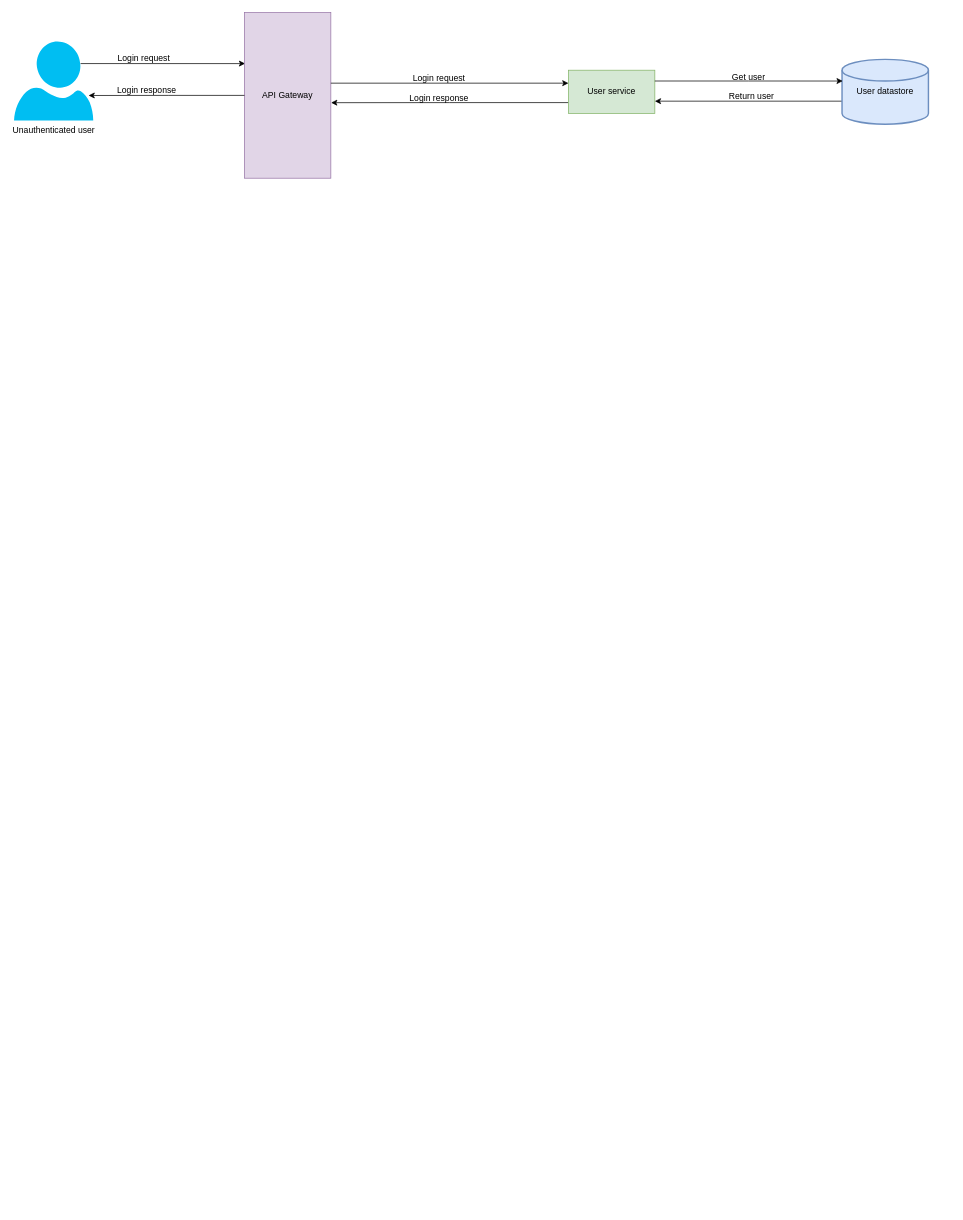
XML-BSEP/Nishtagram keeps this draw.io diagram as CommunicationDiagrams/Registered user.drawio. Above is the earlier version. Source tidied: cells renumbered, new cells numbered last; positions are measured from the earlier drawing's top-left corner, leaving out a move shared by most shapes. Both pictures are drawn from the tidied source at 72%, with x=0, y=0 at pixel (14, 12).
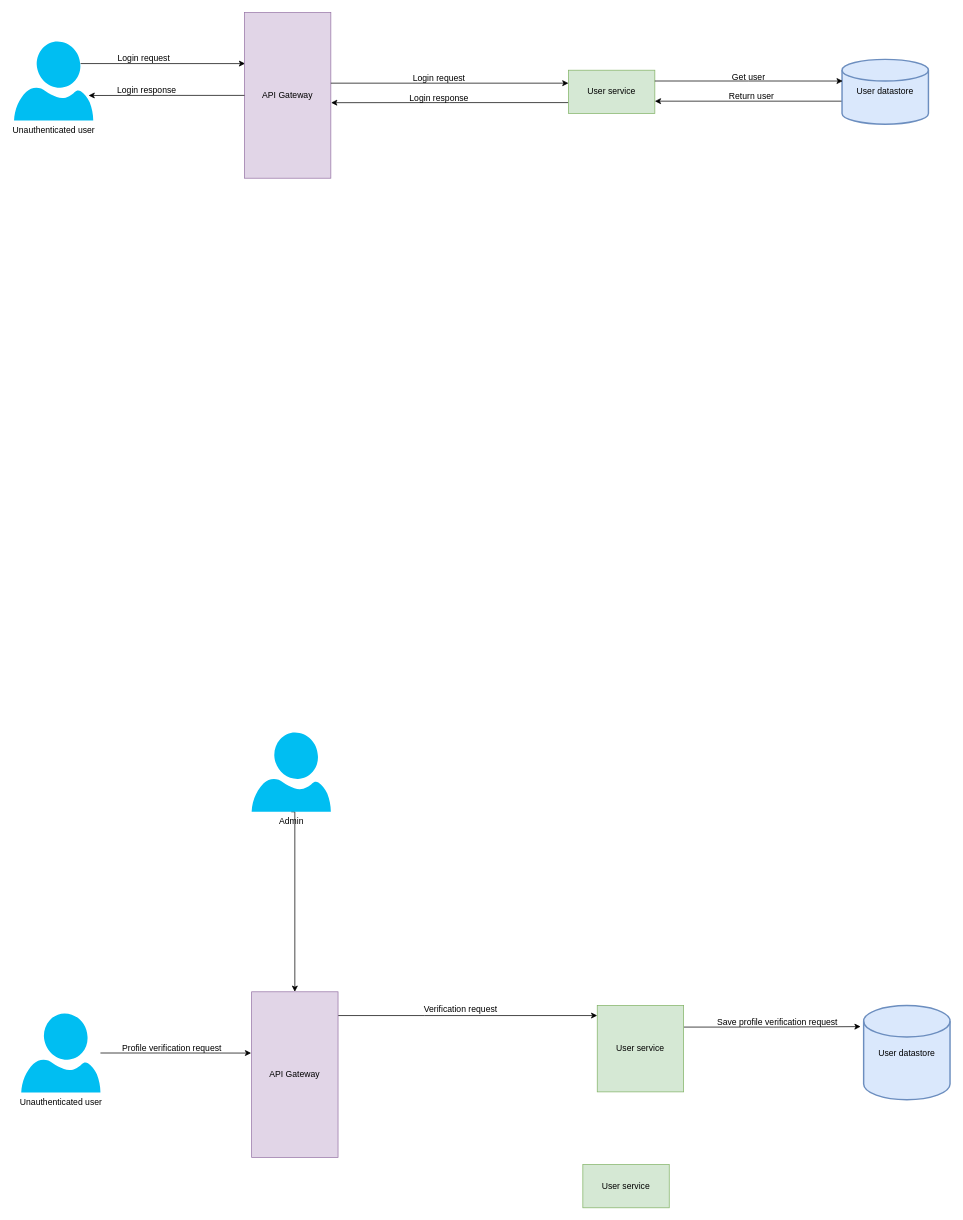
Above is the later version.

Commit message:
:construction: Started implementing communication diagram for profile verification use case

Change to the diagram source:
```diff
@@
+    <mxCell id="21" style="edgeStyle=orthogonalEdgeStyle;rounded=0;jettySize=auto;html=1;entryX=-0.006;entryY=0.37;entryDx=0;entryDy=0;entryPerimeter=0;" parent="1" edge="1" source="22" target="24">
+      <mxGeometry relative="1" as="geometry" />
+    </mxCell>
+    <mxCell id="22" value="Unauthenticated user" style="verticalLabelPosition=bottom;html=1;verticalAlign=top;align=center;strokeColor=none;fillColor=#00BEF2;shape=mxgraph.azure.user;" parent="1" vertex="1">
+      <mxGeometry x="10" y="1390" width="110" height="110" as="geometry" />
+    </mxCell>
+    <mxCell id="23" style="edgeStyle=orthogonalEdgeStyle;rounded=0;orthogonalLoop=1;jettySize=auto;html=1;entryX=0;entryY=0.75;entryDx=0;entryDy=0;" parent="1" edge="1">
+      <mxGeometry relative="1" as="geometry">
+        <mxPoint x="450" y="1393" as="sourcePoint" />
+        <mxPoint x="810" y="1393" as="targetPoint" />
+        <Array as="points">
+          <mxPoint x="570" y="1393" />
+          <mxPoint x="570" y="1393" />
+        </Array>
+      </mxGeometry>
+    </mxCell>
+    <mxCell id="24" value="API Gateway" style="rounded=0;whiteSpace=wrap;html=1;rotation=0;fillColor=#e1d5e7;strokeColor=#9673a6;" parent="1" vertex="1">
+      <mxGeometry x="330" y="1360" width="120" height="230" as="geometry" />
+    </mxCell>
+    <mxCell id="25" style="edgeStyle=orthogonalEdgeStyle;rounded=0;jettySize=auto;html=1;exitX=1;exitY=0.25;exitDx=0;exitDy=0;entryX=-0.035;entryY=0.224;entryDx=0;entryDy=0;entryPerimeter=0;" parent="1" edge="1" source="26" target="27">
+      <mxGeometry relative="1" as="geometry" />
+    </mxCell>
+    <mxCell id="26" value="User service" style="rounded=0;whiteSpace=wrap;html=1;fillColor=#d5e8d4;strokeColor=#82b366;" parent="1" vertex="1">
+      <mxGeometry x="810" y="1379" width="120" height="120" as="geometry" />
+    </mxCell>
+    <mxCell id="27" value="User datastore" style="strokeWidth=2;html=1;shape=mxgraph.flowchart.database;whiteSpace=wrap;fillColor=#dae8fc;strokeColor=#6c8ebf;" parent="1" vertex="1">
+      <mxGeometry x="1180" y="1379" width="120" height="131" as="geometry" />
+    </mxCell>
+    <mxCell id="28" value="Profile verification request" style="text;html=1;align=center;verticalAlign=middle;strokeColor=none;" parent="1" vertex="1">
+      <mxGeometry x="144" y="1429" width="150" height="20" as="geometry" />
+    </mxCell>
+    <mxCell id="29" value="User service" style="rounded=0;whiteSpace=wrap;html=1;fillColor=#d5e8d4;strokeColor=#82b366;" parent="1" vertex="1">
+      <mxGeometry x="790" y="1600" width="120" height="60" as="geometry" />
+    </mxCell>
+    <mxCell id="30" style="edgeStyle=orthogonalEdgeStyle;rounded=0;jettySize=auto;html=1;exitX=0.5;exitY=1;exitDx=0;exitDy=0;exitPerimeter=0;entryX=0.5;entryY=0;entryDx=0;entryDy=0;" parent="1" edge="1" source="31" target="24">
+      <mxGeometry relative="1" as="geometry">
+        <Array as="points">
+          <mxPoint x="390" y="1110" />
+        </Array>
+      </mxGeometry>
+    </mxCell>
+    <mxCell id="31" value="Admin" style="verticalLabelPosition=bottom;html=1;verticalAlign=top;align=center;strokeColor=none;fillColor=#00BEF2;shape=mxgraph.azure.user;" parent="1" vertex="1">
+      <mxGeometry x="330" y="1000" width="110" height="110" as="geometry" />
+    </mxCell>
+    <mxCell id="32" value="Verification request" style="text;html=1;align=center;verticalAlign=middle;strokeColor=none;" parent="1" vertex="1">
+      <mxGeometry x="560" y="1375" width="120" height="20" as="geometry" />
+    </mxCell>
+    <mxCell id="33" value="Save profile verification request" style="text;html=1;align=center;verticalAlign=middle;strokeColor=none;" parent="1" vertex="1">
+      <mxGeometry x="970" y="1392" width="180" height="20" as="geometry" />
+    </mxCell>
```
